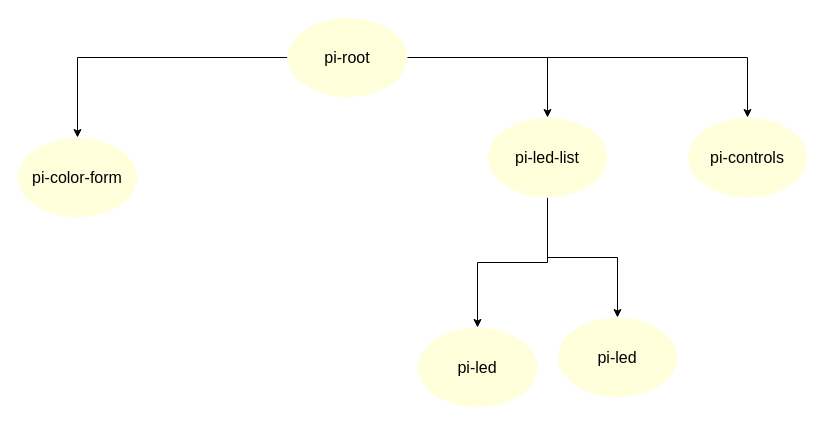
The draw.io diagram page "Scratchpad" (5 of 5) of TypeScript.drawio in gjungb/Zeichnungen, before the edit. Source tidied: cells renumbered, new cells numbered last; positions are measured from the earlier drawing's top-left corner, leaving out a move shared by most shapes. Both pictures are drawn from the tidied source at 100%, with x=0, y=0 at pixel (17, 17).
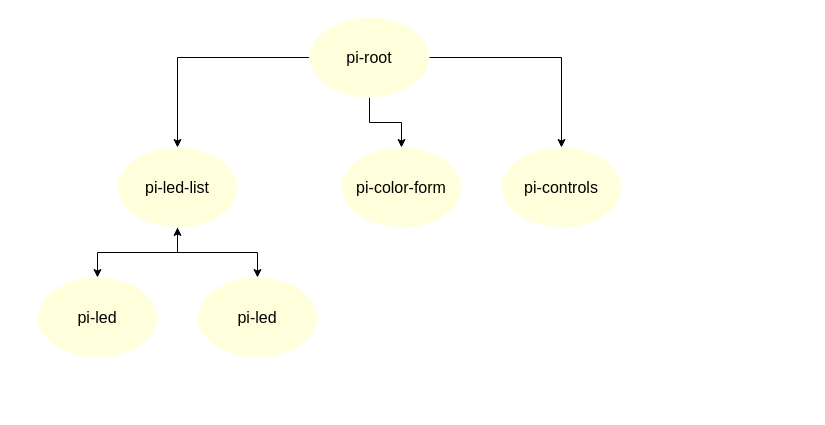
The same diagram, later.

Diff of the diagram source:
```diff
@@
 <mxGraphModel>
   <root>
     <mxCell id="0" />
     <mxCell id="1" parent="0" />
     <mxCell id="2" style="edgeStyle=orthogonalEdgeStyle;rounded=0;jettySize=auto;html=1;fontFamily=Fira Code;fontSize=20;fontColor=#000000;" parent="1" edge="1" source="4" target="9">
       <mxGeometry relative="1" as="geometry" />
     </mxCell>
     <mxCell id="3" style="edgeStyle=orthogonalEdgeStyle;rounded=0;jettySize=auto;html=1;fontFamily=Fira Code;fontSize=20;fontColor=#000000;" parent="1" edge="1" source="4" target="5">
       <mxGeometry relative="1" as="geometry" />
     </mxCell>
     <mxCell id="4" value="pi-root" style="ellipse;whiteSpace=wrap;html=1;strokeColor=#FFFFFF;fillColor=#FFFFCC;fontFamily=Fira Code;fontSize=16;fontColor=#000000;opacity=70;align=center;" parent="1" vertex="1">
-      <mxGeometry x="270" width="120" height="80" as="geometry" />
+      <mxGeometry x="292" width="120" height="80" as="geometry" />
     </mxCell>
     <mxCell id="5" value="pi-color-form" style="ellipse;whiteSpace=wrap;html=1;strokeColor=#FFFFFF;fillColor=#FFFFCC;fontFamily=Fira Code;fontSize=16;fontColor=#000000;opacity=70;align=center;" parent="1" vertex="1">
-      <mxGeometry y="120" width="120" height="80" as="geometry" />
+      <mxGeometry x="324" y="130" width="120" height="80" as="geometry" />
     </mxCell>
     <mxCell id="6" style="edgeStyle=orthogonalEdgeStyle;rounded=0;jettySize=auto;html=1;fontFamily=Fira Code;fontSize=20;fontColor=#000000;" parent="1" edge="1" source="9" target="12">
       <mxGeometry relative="1" as="geometry" />
     </mxCell>
-    <mxCell id="7" style="edgeStyle=orthogonalEdgeStyle;rounded=0;jettySize=auto;html=1;fontFamily=Fira Code;fontSize=20;fontColor=#000000;" parent="1" edge="1" source="9" target="11">
+    <mxCell id="7" style="edgeStyle=orthogonalEdgeStyle;rounded=0;jettySize=auto;html=1;fontFamily=Fira Code;fontSize=20;fontColor=#000000;startArrow=classic;startFill=1;" parent="1" edge="1" source="9" target="11">
       <mxGeometry relative="1" as="geometry" />
     </mxCell>
     <mxCell id="8" style="edgeStyle=orthogonalEdgeStyle;rounded=0;jettySize=auto;html=1;fontFamily=Fira Code;fontSize=20;fontColor=#000000;" parent="1" edge="1" source="4" target="10">
       <mxGeometry relative="1" as="geometry" />
     </mxCell>
     <mxCell id="9" value="pi-led-list" style="ellipse;whiteSpace=wrap;html=1;strokeColor=#FFFFFF;fillColor=#FFFFCC;fontFamily=Fira Code;fontSize=16;fontColor=#000000;opacity=70;align=center;" parent="1" vertex="1">
-      <mxGeometry x="470" y="100" width="120" height="80" as="geometry" />
+      <mxGeometry x="100" y="130" width="120" height="80" as="geometry" />
     </mxCell>
     <mxCell id="10" value="pi-controls" style="ellipse;whiteSpace=wrap;html=1;strokeColor=#FFFFFF;fillColor=#FFFFCC;fontFamily=Fira Code;fontSize=16;fontColor=#000000;opacity=70;align=center;" parent="1" vertex="1">
-      <mxGeometry x="670" y="100" width="120" height="80" as="geometry" />
+      <mxGeometry x="484" y="130" width="120" height="80" as="geometry" />
     </mxCell>
     <mxCell id="11" value="pi-led" style="ellipse;whiteSpace=wrap;html=1;strokeColor=#FFFFFF;fillColor=#FFFFCC;fontFamily=Fira Code;fontSize=16;fontColor=#000000;opacity=70;align=center;" parent="1" vertex="1">
-      <mxGeometry x="540" y="300" width="120" height="80" as="geometry" />
+      <mxGeometry x="180" y="260" width="120" height="80" as="geometry" />
     </mxCell>
     <mxCell id="12" value="pi-led" style="ellipse;whiteSpace=wrap;html=1;strokeColor=#FFFFFF;fillColor=#FFFFCC;fontFamily=Fira Code;fontSize=16;fontColor=#000000;opacity=70;align=center;" parent="1" vertex="1">
-      <mxGeometry x="400" y="310" width="120" height="80" as="geometry" />
+      <mxGeometry x="20" y="260" width="120" height="80" as="geometry" />
     </mxCell>
   </root>
 </mxGraphModel>
```
